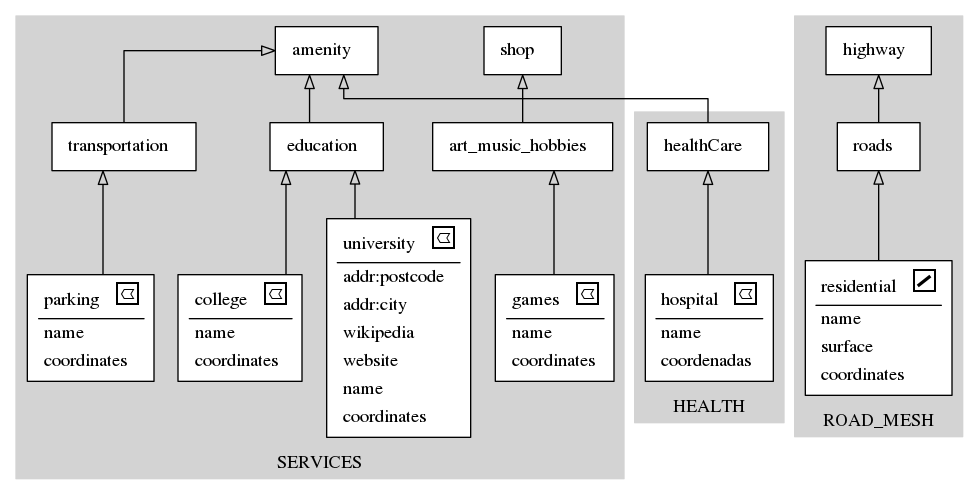
The Graphviz diagram schema.gv.png in vinisperandio/OSM2Diagram_optmizated, before a commit. Its source is kept beside it as schema.gv.
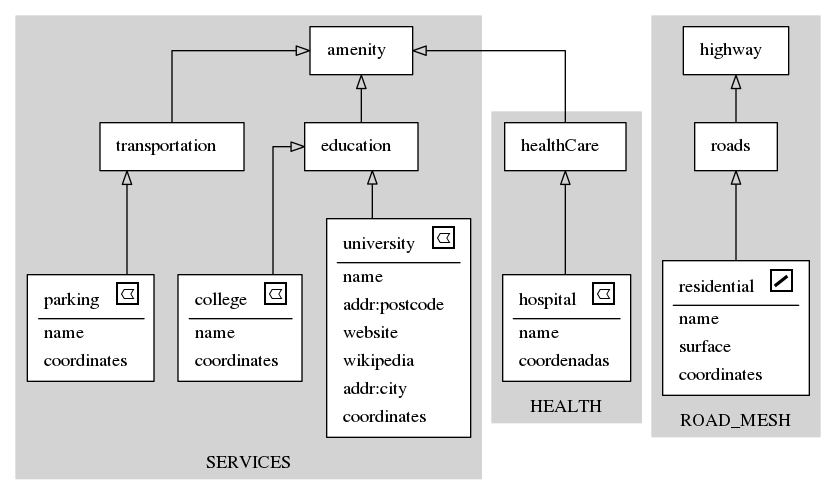
The same file after the commit.

The edit, as a diff of the source:
```diff
@@ -7,12 +7,24 @@
 		0[style = "filled, bold" penwidth = "1" fillcolor="white" label=<
 			<TABLE color="black" border="0">
 			 <TR>
-				<TD align="center"><font color="black">games</font>
+				<TD align="center"><font color="black">university</font>
 				<font FACE="sigmoda" POINT-SIZE="20.0"> e</font></TD>
 			</TR>
 			<hr/>
 			<TR>
 				<TD align="left">name</TD>
+			 </TR>
+			<TR>
+				<TD align="left">addr:postcode</TD>
+			 </TR>
+			<TR>
+				<TD align="left">website</TD>
+			 </TR>
+			<TR>
+				<TD align="left">wikipedia</TD>
+			 </TR>
+			<TR>
+				<TD align="left">addr:city</TD>
 			 </TR>
 			<TR>
 				<TD align="left">coordinates</TD>
@@ -21,42 +33,10 @@
 		1[style = "filled, bold" penwidth = "1" fillcolor="white" label=<
 			<TABLE color="black" border="0">
 			 <TR>
-				<TD align="center"><font color="black">shop</font>  </TD>
+				<TD align="center"><font color="black">amenity</font>  </TD>
 			</TR>
 			</TABLE>>]
 		2[style = "filled, bold" penwidth = "1" fillcolor="white" label=<
-			<TABLE color="black" border="0">
-			 <TR>
-				<TD align="center"><font color="black">university</font>
-				<font FACE="sigmoda" POINT-SIZE="20.0"> e</font></TD>
-			</TR>
-			<hr/>
-			<TR>
-				<TD align="left">addr:postcode</TD>
-			 </TR>
-			<TR>
-				<TD align="left">addr:city</TD>
-			 </TR>
-			<TR>
-				<TD align="left">wikipedia</TD>
-			 </TR>
-			<TR>
-				<TD align="left">website</TD>
-			 </TR>
-			<TR>
-				<TD align="left">name</TD>
-			 </TR>
-			<TR>
-				<TD align="left">coordinates</TD>
-			 </TR>
-			</TABLE>>]
-		3[style = "filled, bold" penwidth = "1" fillcolor="white" label=<
-			<TABLE color="black" border="0">
-			 <TR>
-				<TD align="center"><font color="black">amenity</font>  </TD>
-			</TR>
-			</TABLE>>]
-		4[style = "filled, bold" penwidth = "1" fillcolor="white" label=<
 			<TABLE color="black" border="0">
 			 <TR>
 				<TD align="center"><font color="black">college</font>
@@ -70,7 +50,7 @@
 				<TD align="left">coordinates</TD>
 			 </TR>
 			</TABLE>>]
-		5[style = "filled, bold" penwidth = "1" fillcolor="white" label=<
+		3[style = "filled, bold" penwidth = "1" fillcolor="white" label=<
 			<TABLE color="black" border="0">
 			 <TR>
 				<TD align="center"><font color="black">parking</font>
@@ -84,19 +64,13 @@
 				<TD align="left">coordinates</TD>
 			 </TR>
 			</TABLE>>]
-		6[style = "filled, bold" penwidth = "1" fillcolor="white" label=<
-			<TABLE color="black" border="0">
-			 <TR>
-				<TD align="center"><font color="black">art_music_hobbies</font>  </TD>
-			</TR>
-			</TABLE>>]
-		7[style = "filled, bold" penwidth = "1" fillcolor="white" label=<
+		4[style = "filled, bold" penwidth = "1" fillcolor="white" label=<
 			<TABLE color="black" border="0">
 			 <TR>
 				<TD align="center"><font color="black">education</font>  </TD>
 			</TR>
 			</TABLE>>]
-		8[style = "filled, bold" penwidth = "1" fillcolor="white" label=<
+		5[style = "filled, bold" penwidth = "1" fillcolor="white" label=<
 			<TABLE color="black" border="0">
 			 <TR>
 				<TD align="center"><font color="black">transportation</font>  </TD>
@@ -107,7 +81,7 @@
 		node [color=black style=filled]
 		color=lightgrey style=filled
 		label=HEALTH
-		9[style = "filled, bold" penwidth = "1" fillcolor="white" label=<
+		6[style = "filled, bold" penwidth = "1" fillcolor="white" label=<
 			<TABLE color="black" border="0">
 			 <TR>
 				<TD align="center"><font color="black">hospital</font>
@@ -121,7 +95,7 @@
 				<TD align="left">coordenadas</TD>
 			 </TR>
 			</TABLE>>]
-		10[style = "filled, bold" penwidth = "1" fillcolor="white" label=<
+		7[style = "filled, bold" penwidth = "1" fillcolor="white" label=<
 			<TABLE color="black" border="0">
 			 <TR>
 				<TD align="center"><font color="black">healthCare</font>  </TD>
@@ -132,7 +106,7 @@
 		node [color=black style=filled]
 		color=lightgrey style=filled
 		label=ROAD_MESH
-		11[style = "filled, bold" penwidth = "1" fillcolor="white" label=<
+		8[style = "filled, bold" penwidth = "1" fillcolor="white" label=<
 			<TABLE color="black" border="0">
 			 <TR>
 				<TD align="center"><font color="black">residential</font>
@@ -149,30 +123,28 @@
 				<TD align="left">coordinates</TD>
 			 </TR>
 			</TABLE>>]
-		12[style = "filled, bold" penwidth = "1" fillcolor="white" label=<
+		9[style = "filled, bold" penwidth = "1" fillcolor="white" label=<
 			<TABLE color="black" border="0">
 			 <TR>
 				<TD align="center"><font color="black">highway</font>  </TD>
 			</TR>
 			</TABLE>>]
-		13[style = "filled, bold" penwidth = "1" fillcolor="white" label=<
+		10[style = "filled, bold" penwidth = "1" fillcolor="white" label=<
 			<TABLE color="black" border="0">
 			 <TR>
 				<TD align="center"><font color="black">roads</font>  </TD>
 			</TR>
 			</TABLE>>]
 	}
-		11 -> 13[arrowhead=onormal]
-		8 -> 3[arrowhead=onormal]
-		2 -> 7[arrowhead=onormal]
-		5 -> 8[arrowhead=onormal]
-		0 -> 6[arrowhead=onormal]
-		6 -> 1[arrowhead=onormal]
-		7 -> 3[arrowhead=onormal]
-		4 -> 7[arrowhead=onormal]
-		13 -> 12[arrowhead=onormal]
-		10 -> 3[arrowhead=onormal]
-		9 -> 10[arrowhead=onormal]
+		0 -> 4[arrowhead=onormal]
+		6 -> 7[arrowhead=onormal]
+		5 -> 1[arrowhead=onormal]
+		7 -> 1[arrowhead=onormal]
+		3 -> 5[arrowhead=onormal]
+		4 -> 1[arrowhead=onormal]
+		2 -> 4[arrowhead=onormal]
+		8 -> 10[arrowhead=onormal]
+		10 -> 9[arrowhead=onormal]
 	rankdir=BT
 	splines=ortho
 }
```
